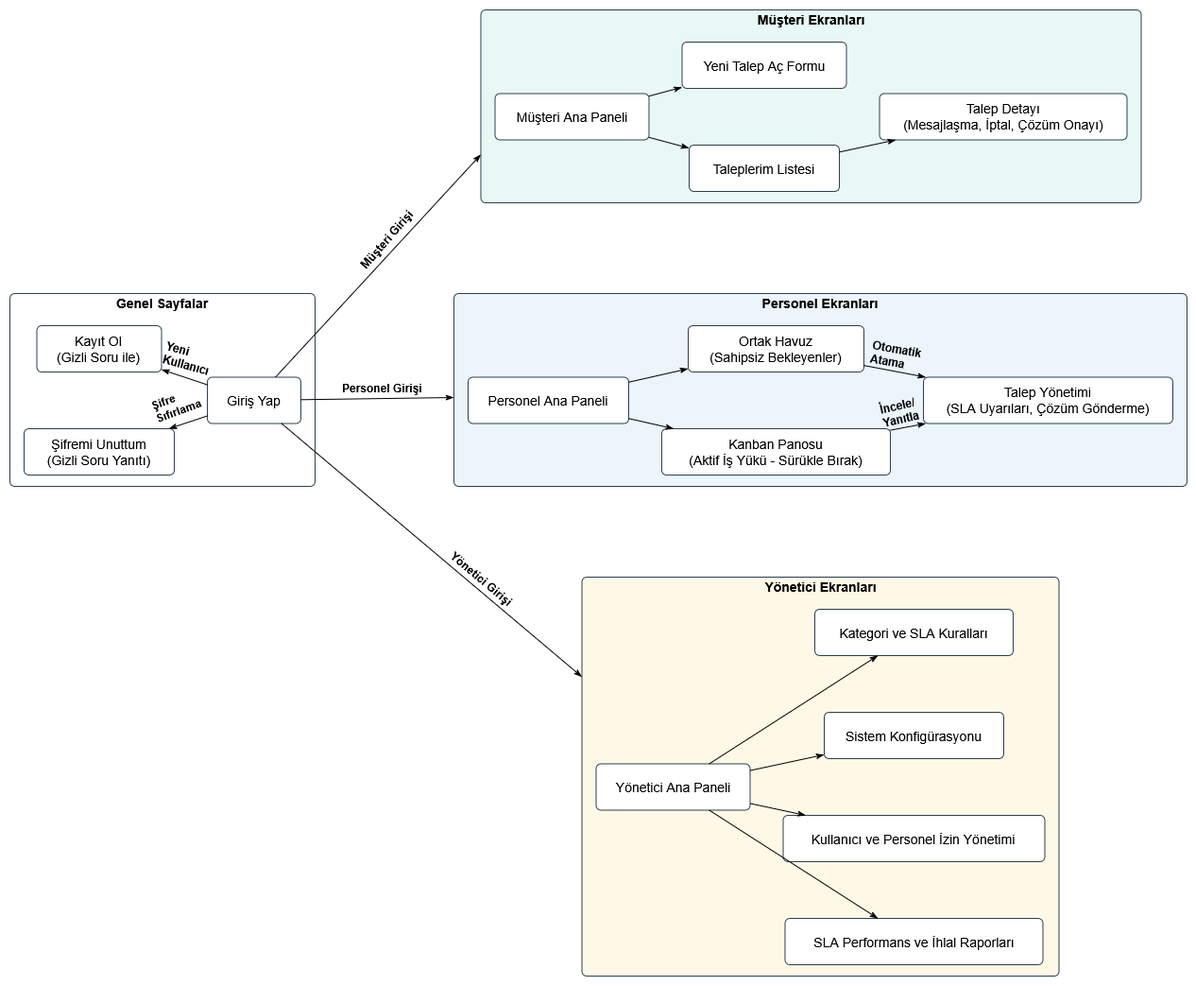
Before: docs/images/interfacepagemape.png, a diagram exported from draw.io (BerkayBaskara/destek-talebi-sistemi). Source tidied: cells renumbered, new cells last; positions are measured from the earlier drawing's top-left corner, leaving out a move shared by most shapes.
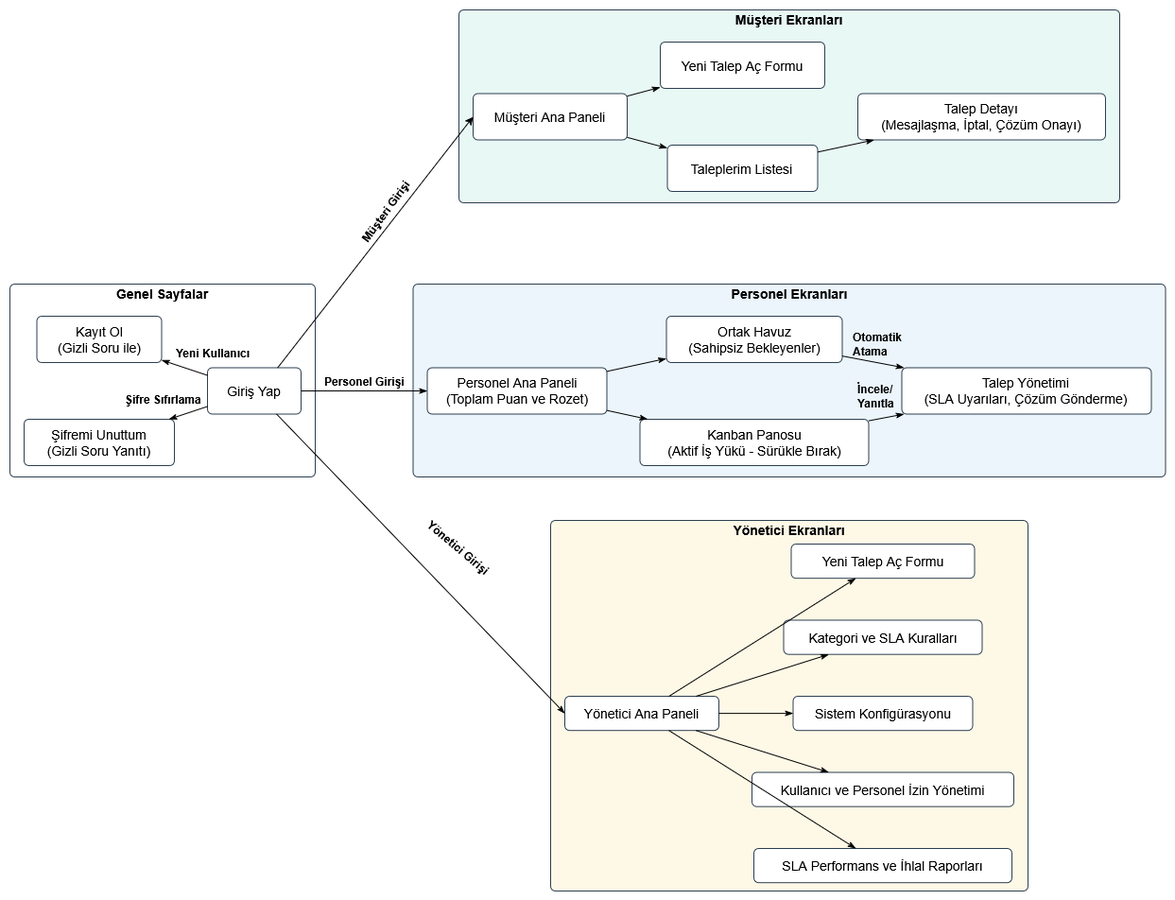
After the commit.

What changed in the source:
```diff
@@ -6,7 +6,7 @@
       <mxGeometry as="geometry" />
     </mxCell>
     <mxCell id="3" value="Genel Sayfalar" style="rounded=1;absoluteArcSize=1;arcSize=10;fillColor=#FFFFFF;strokeColor=#2C3E50;verticalAlign=top;align=center;spacingTop=-4;fontSize=14;fontStyle=1;whiteSpace=wrap;shadow=0;strokeWidth=1;fontColor=#000000;fontFamily=Arial;" parent="2" vertex="1">
-      <mxGeometry x="20" y="330" width="323" height="204" as="geometry" />
+      <mxGeometry x="10" y="330" width="323" height="204" as="geometry" />
     </mxCell>
     <mxCell id="4" value="Giriş Yap" style="rounded=1;absoluteArcSize=1;arcSize=10;strokeWidth=1;fillColor=#FFFFFF;strokeColor=#2C3E50;whiteSpace=wrap;fontSize=14;shadow=0;fontColor=#000000;fontFamily=Arial;" parent="3" vertex="1">
       <mxGeometry x="209" y="88.5" width="99" height="49" as="geometry" />
@@ -23,14 +23,14 @@
     <mxCell id="8" style="strokeColor=#000000;fontColor=#000000;fontSize=13;html=1;labelBackgroundColor=#FFFFFF;verticalAlign=bottom;endArrow=classicThin;endFill=1;strokeWidth=1;fontFamily=Verdana;curved=0;rounded=0;endSize=6;sourcePerimeterSpacing=0;targetPerimeterSpacing=0;" parent="3" edge="1" source="4" target="6">
       <mxGeometry relative="1" as="geometry" />
     </mxCell>
-    <mxCell id="9" value="&lt;div&gt;&lt;b&gt;Yeni&lt;/b&gt;&lt;/div&gt;&lt;div&gt;&lt;b&gt;Kullanıcı&lt;/b&gt;&lt;/div&gt;" style="text;whiteSpace=wrap;html=1;rotation=15;" parent="3" vertex="1">
-      <mxGeometry x="161.3" y="48.5" width="60" height="40" as="geometry" />
+    <mxCell id="9" value="&lt;b&gt;Yeni Kullanıcı&lt;/b&gt;" style="text;whiteSpace=wrap;html=1;" parent="3" vertex="1">
+      <mxGeometry x="174" y="60" width="84.5" height="28.5" as="geometry" />
     </mxCell>
-    <mxCell id="10" value="&lt;div&gt;&lt;b&gt;Şifre&lt;/b&gt;&lt;/div&gt;&lt;div&gt;&lt;b&gt;Sıfırlama&lt;/b&gt;&lt;/div&gt;" style="text;whiteSpace=wrap;html=1;rotation=-20;" parent="3" vertex="1">
-      <mxGeometry x="149" y="96" width="60" height="40" as="geometry" />
+    <mxCell id="10" value="&lt;b&gt;Şifre Sıfırlama&lt;/b&gt;" style="text;whiteSpace=wrap;html=1;" parent="3" vertex="1">
+      <mxGeometry x="120" y="109" width="99" height="28.5" as="geometry" />
     </mxCell>
     <mxCell id="11" value="Müşteri Ekranları" style="rounded=1;absoluteArcSize=1;arcSize=10;fillColor=#E8F8F5;strokeColor=#2C3E50;verticalAlign=top;align=center;spacingTop=-4;fontSize=14;fontStyle=1;whiteSpace=wrap;shadow=0;strokeWidth=1;fontColor=#000000;fontFamily=Arial;" parent="2" vertex="1">
-      <mxGeometry x="518.5" y="30" width="699" height="204" as="geometry" />
+      <mxGeometry x="485" y="40" width="699" height="204" as="geometry" />
     </mxCell>
     <mxCell id="12" value="Müşteri Ana Paneli" style="rounded=1;absoluteArcSize=1;arcSize=10;strokeWidth=1;fillColor=#FFFFFF;strokeColor=#2C3E50;whiteSpace=wrap;fontSize=14;shadow=0;fontColor=#000000;fontFamily=Arial;" parent="11" vertex="1">
       <mxGeometry x="15" y="88.5" width="163" height="49" as="geometry" />
@@ -50,60 +50,66 @@
     <mxCell id="17" style="strokeColor=#000000;fontColor=#000000;fontSize=13;html=1;endArrow=classicThin;endFill=1;strokeWidth=1;fontFamily=Verdana;curved=0;rounded=0;endSize=6;sourcePerimeterSpacing=0;targetPerimeterSpacing=0;" parent="11" edge="1" source="12" target="14">
       <mxGeometry relative="1" as="geometry" />
     </mxCell>
-    <mxCell id="18" style="strokeColor=#000000;fontColor=#000000;fontSize=13;html=1;labelBackgroundColor=#FFFFFF;verticalAlign=bottom;endArrow=classicThin;endFill=1;strokeWidth=1;fontFamily=Verdana;curved=0;rounded=0;endSize=6;sourcePerimeterSpacing=0;targetPerimeterSpacing=0;" parent="11" edge="1" source="14" target="15">
+    <mxCell id="18" style="strokeColor=#000000;fontColor=#000000;fontSize=13;html=1;endArrow=classicThin;endFill=1;strokeWidth=1;fontFamily=Verdana;curved=0;rounded=0;endSize=6;sourcePerimeterSpacing=0;targetPerimeterSpacing=0;" parent="11" edge="1" source="14" target="15">
       <mxGeometry relative="1" as="geometry" />
     </mxCell>
     <mxCell id="19" value="Personel Ekranları" style="rounded=1;absoluteArcSize=1;arcSize=10;fillColor=#EBF5FB;strokeColor=#2C3E50;verticalAlign=top;align=center;spacingTop=-4;fontSize=14;fontStyle=1;whiteSpace=wrap;shadow=0;strokeWidth=1;fontColor=#000000;fontFamily=Arial;" parent="2" vertex="1">
-      <mxGeometry x="490" y="330" width="776" height="204" as="geometry" />
+      <mxGeometry x="436.5" y="330" width="796" height="204" as="geometry" />
     </mxCell>
-    <mxCell id="20" value="Personel Ana Paneli" style="rounded=1;absoluteArcSize=1;arcSize=10;strokeWidth=1;fillColor=#FFFFFF;strokeColor=#2C3E50;whiteSpace=wrap;fontSize=14;shadow=0;fontColor=#000000;fontFamily=Arial;" parent="19" vertex="1">
-      <mxGeometry x="15" y="88.5" width="170" height="49" as="geometry" />
-    </mxCell>
+    <mxCell id="46" value="Personel Ana Paneli&#10;(Toplam Puan ve Rozet)" style="rounded=1;absoluteArcSize=1;arcSize=10;strokeWidth=1;fillColor=#FFFFFF;strokeColor=#2C3E50;whiteSpace=wrap;fontSize=14;shadow=0;fontColor=#000000;fontFamily=Arial;" parent="19" vertex="1">
+      <mxGeometry x="15" y="88.5" width="190" height="49" as="geometry" />
+    </mxCell>
     <mxCell id="21" value="Ortak Havuz&#10;(Sahipsiz Bekleyenler)" style="rounded=1;absoluteArcSize=1;arcSize=10;strokeWidth=1;fillColor=#FFFFFF;strokeColor=#2C3E50;whiteSpace=wrap;fontSize=14;shadow=0;fontColor=#000000;fontFamily=Arial;" parent="19" vertex="1">
-      <mxGeometry x="248" y="34" width="186" height="49" as="geometry" />
+      <mxGeometry x="268" y="34" width="186" height="49" as="geometry" />
     </mxCell>
     <mxCell id="22" value="Kanban Panosu&#10;(Aktif İş Yükü - Sürükle Bırak)" style="rounded=1;absoluteArcSize=1;arcSize=10;strokeWidth=1;fillColor=#FFFFFF;strokeColor=#2C3E50;whiteSpace=wrap;fontSize=14;shadow=0;fontColor=#000000;fontFamily=Arial;" parent="19" vertex="1">
-      <mxGeometry x="220" y="143" width="242" height="49" as="geometry" />
+      <mxGeometry x="240" y="143" width="242" height="49" as="geometry" />
     </mxCell>
     <mxCell id="23" value="Talep Yönetimi&#10;(SLA Uyarıları, Çözüm Gönderme)" style="rounded=1;absoluteArcSize=1;arcSize=10;strokeWidth=1;fillColor=#FFFFFF;strokeColor=#2C3E50;whiteSpace=wrap;fontSize=14;shadow=0;fontColor=#000000;fontFamily=Arial;" parent="19" vertex="1">
-      <mxGeometry x="497" y="88.5" width="264" height="49" as="geometry" />
+      <mxGeometry x="517" y="88.5" width="264" height="49" as="geometry" />
     </mxCell>
-    <mxCell id="24" style="strokeColor=#000000;fontColor=#000000;fontSize=13;html=1;endArrow=classicThin;endFill=1;strokeWidth=1;fontFamily=Verdana;curved=0;rounded=0;endSize=6;sourcePerimeterSpacing=0;targetPerimeterSpacing=0;" parent="19" edge="1" source="20" target="21">
-      <mxGeometry relative="1" as="geometry" />
-    </mxCell>
-    <mxCell id="25" style="strokeColor=#000000;fontColor=#000000;fontSize=13;html=1;endArrow=classicThin;endFill=1;strokeWidth=1;fontFamily=Verdana;curved=0;rounded=0;endSize=6;sourcePerimeterSpacing=0;targetPerimeterSpacing=0;" parent="19" edge="1" source="20" target="22">
-      <mxGeometry relative="1" as="geometry" />
-    </mxCell>
+    <mxCell id="47" style="strokeColor=#000000;fontColor=#000000;fontSize=13;html=1;endArrow=classicThin;endFill=1;strokeWidth=1;fontFamily=Verdana;curved=0;rounded=0;endSize=6;sourcePerimeterSpacing=0;targetPerimeterSpacing=0;" parent="19" edge="1" source="46" target="21">
+      <mxGeometry relative="1" as="geometry" />
+    </mxCell>
+    <mxCell id="48" style="strokeColor=#000000;fontColor=#000000;fontSize=13;html=1;endArrow=classicThin;endFill=1;strokeWidth=1;fontFamily=Verdana;curved=0;rounded=0;endSize=6;sourcePerimeterSpacing=0;targetPerimeterSpacing=0;" parent="19" edge="1" source="46" target="22">
+      <mxGeometry relative="1" as="geometry" />
+    </mxCell>
     <mxCell id="26" style="strokeColor=#000000;fontColor=#000000;fontSize=13;html=1;labelBackgroundColor=#FFFFFF;verticalAlign=bottom;endArrow=classicThin;endFill=1;strokeWidth=1;fontFamily=Verdana;curved=0;rounded=0;endSize=6;sourcePerimeterSpacing=0;targetPerimeterSpacing=0;" parent="19" edge="1" source="21" target="23">
       <mxGeometry relative="1" as="geometry" />
     </mxCell>
     <mxCell id="27" style="strokeColor=#000000;fontColor=#000000;fontSize=13;html=1;labelBackgroundColor=#FFFFFF;verticalAlign=bottom;endArrow=classicThin;endFill=1;strokeWidth=1;fontFamily=Verdana;curved=0;rounded=0;endSize=6;sourcePerimeterSpacing=0;targetPerimeterSpacing=0;" parent="19" edge="1" source="22" target="23">
       <mxGeometry relative="1" as="geometry" />
     </mxCell>
-    <mxCell id="28" value="&lt;div&gt;&lt;b&gt;Otomatik&lt;/b&gt;&lt;/div&gt;&lt;div&gt;&lt;b&gt;Atama&lt;/b&gt;&lt;/div&gt;" style="text;whiteSpace=wrap;html=1;rotation=10;" parent="19" vertex="1">
-      <mxGeometry x="440" y="46.5" width="70" height="40" as="geometry" />
+    <mxCell id="28" value="&lt;b&gt;Otomatik&lt;br&gt;Atama&lt;/b&gt;" style="text;whiteSpace=wrap;html=1;" parent="19" vertex="1">
+      <mxGeometry x="463.5" y="43" width="70" height="40" as="geometry" />
     </mxCell>
-    <mxCell id="29" value="&lt;div&gt;&lt;b&gt;İncele/&lt;/b&gt;&lt;/div&gt;&lt;div&gt;&lt;b&gt;Yanıtla&lt;/b&gt;&lt;/div&gt;" style="text;whiteSpace=wrap;html=1;rotation=347;" parent="19" vertex="1">
-      <mxGeometry x="450" y="103" width="60" height="40" as="geometry" />
+    <mxCell id="29" value="&lt;b&gt;İncele/&lt;br&gt;Yanıtla&lt;/b&gt;" style="text;whiteSpace=wrap;html=1;" parent="19" vertex="1">
+      <mxGeometry x="468.5" y="97.5" width="60" height="40" as="geometry" />
     </mxCell>
     <mxCell id="30" value="Yönetici Ekranları" style="rounded=1;absoluteArcSize=1;arcSize=10;fillColor=#FEF9E7;strokeColor=#2C3E50;verticalAlign=top;align=center;spacingTop=-4;fontSize=14;fontStyle=1;whiteSpace=wrap;shadow=0;strokeWidth=1;fontColor=#000000;fontFamily=Arial;" parent="2" vertex="1">
-      <mxGeometry x="625.5" y="630" width="505" height="422" as="geometry" />
+      <mxGeometry x="582" y="580" width="505" height="392" as="geometry" />
     </mxCell>
     <mxCell id="31" value="Yönetici Ana Paneli" style="rounded=1;absoluteArcSize=1;arcSize=10;strokeWidth=1;fillColor=#FFFFFF;strokeColor=#2C3E50;whiteSpace=wrap;fontSize=14;shadow=0;fontColor=#000000;fontFamily=Arial;" parent="30" vertex="1">
-      <mxGeometry x="15" y="197.5" width="163" height="49" as="geometry" />
+      <mxGeometry x="15" y="186" width="163" height="36.2" as="geometry" />
     </mxCell>
+    <mxCell id="49" value="Yeni Talep Aç Formu" style="rounded=1;absoluteArcSize=1;arcSize=10;strokeWidth=1;fillColor=#FFFFFF;strokeColor=#2C3E50;whiteSpace=wrap;fontSize=14;shadow=0;fontColor=#000000;fontFamily=Arial;" parent="30" vertex="1">
+      <mxGeometry x="254.5" y="25.1" width="194" height="36.2" as="geometry" />
+    </mxCell>
     <mxCell id="32" value="Kategori ve SLA Kuralları" style="rounded=1;absoluteArcSize=1;arcSize=10;strokeWidth=1;fillColor=#FFFFFF;strokeColor=#2C3E50;whiteSpace=wrap;fontSize=14;shadow=0;fontColor=#000000;fontFamily=Arial;" parent="30" vertex="1">
-      <mxGeometry x="246.5" y="34" width="210" height="49" as="geometry" />
+      <mxGeometry x="246.5" y="105.6" width="210" height="36.2" as="geometry" />
     </mxCell>
     <mxCell id="33" value="Sistem Konfigürasyonu" style="rounded=1;absoluteArcSize=1;arcSize=10;strokeWidth=1;fillColor=#FFFFFF;strokeColor=#2C3E50;whiteSpace=wrap;fontSize=14;shadow=0;fontColor=#000000;fontFamily=Arial;" parent="30" vertex="1">
-      <mxGeometry x="256.5" y="143" width="190" height="49" as="geometry" />
+      <mxGeometry x="256.5" y="186" width="190" height="36.2" as="geometry" />
     </mxCell>
     <mxCell id="34" value="Kullanıcı ve Personel İzin Yönetimi" style="rounded=1;absoluteArcSize=1;arcSize=10;strokeWidth=1;fillColor=#FFFFFF;strokeColor=#2C3E50;whiteSpace=wrap;fontSize=14;shadow=0;fontColor=#000000;fontFamily=Arial;" parent="30" vertex="1">
-      <mxGeometry x="213" y="252" width="277" height="49" as="geometry" />
+      <mxGeometry x="213" y="266.5" width="277" height="36.2" as="geometry" />
     </mxCell>
     <mxCell id="35" value="SLA Performans ve İhlal Raporları" style="rounded=1;absoluteArcSize=1;arcSize=10;strokeWidth=1;fillColor=#FFFFFF;strokeColor=#2C3E50;whiteSpace=wrap;fontSize=14;shadow=0;fontColor=#000000;fontFamily=Arial;" parent="30" vertex="1">
-      <mxGeometry x="215" y="361" width="273" height="49" as="geometry" />
+      <mxGeometry x="215" y="347" width="273" height="36.2" as="geometry" />
     </mxCell>
+    <mxCell id="50" style="strokeColor=#000000;fontColor=#000000;fontSize=13;html=1;endArrow=classicThin;endFill=1;strokeWidth=1;fontFamily=Verdana;curved=0;rounded=0;endSize=6;sourcePerimeterSpacing=0;targetPerimeterSpacing=0;" parent="30" edge="1" source="31" target="49">
+      <mxGeometry relative="1" as="geometry" />
+    </mxCell>
     <mxCell id="36" style="strokeColor=#000000;fontColor=#000000;fontSize=13;html=1;endArrow=classicThin;endFill=1;strokeWidth=1;fontFamily=Verdana;curved=0;rounded=0;endSize=6;sourcePerimeterSpacing=0;targetPerimeterSpacing=0;" parent="30" edge="1" source="31" target="32">
       <mxGeometry relative="1" as="geometry" />
     </mxCell>
@@ -116,25 +122,23 @@
     <mxCell id="39" style="strokeColor=#000000;fontColor=#000000;fontSize=13;html=1;endArrow=classicThin;endFill=1;strokeWidth=1;fontFamily=Verdana;curved=0;rounded=0;endSize=6;sourcePerimeterSpacing=0;targetPerimeterSpacing=0;" parent="30" edge="1" source="31" target="35">
       <mxGeometry relative="1" as="geometry" />
     </mxCell>
-    <mxCell id="40" style="strokeColor=#000000;fontColor=#000000;fontSize=13;html=1;labelBackgroundColor=#FFFFFF;labelPosition=right;align=left;endArrow=classicThin;endFill=1;strokeWidth=1;fontFamily=Verdana;curved=0;rounded=0;endSize=6;sourcePerimeterSpacing=0;targetPerimeterSpacing=0;entryX=0;entryY=0.75;entryDx=0;entryDy=0;" parent="2" edge="1" source="4" target="11">
-      <mxGeometry relative="1" as="geometry" />
-    </mxCell>
-    <mxCell id="41" style="strokeColor=#000000;fontColor=#000000;fontSize=13;html=1;labelBackgroundColor=#FFFFFF;verticalAlign=bottom;endArrow=classicThin;endFill=1;strokeWidth=1;fontFamily=Verdana;curved=0;rounded=0;endSize=6;sourcePerimeterSpacing=0;targetPerimeterSpacing=0;" parent="2" edge="1" source="4">
-      <mxGeometry relative="1" as="geometry">
-        <mxPoint x="490" y="440" as="targetPoint" />
-      </mxGeometry>
-    </mxCell>
-    <mxCell id="42" style="strokeColor=#000000;fontColor=#000000;fontSize=13;html=1;labelBackgroundColor=#FFFFFF;verticalAlign=bottom;endArrow=classicThin;endFill=1;strokeWidth=1;fontFamily=Verdana;curved=0;rounded=0;endSize=6;sourcePerimeterSpacing=0;targetPerimeterSpacing=0;entryX=0;entryY=0.25;entryDx=0;entryDy=0;" parent="2" edge="1" source="4" target="30">
-      <mxGeometry relative="1" as="geometry" />
-    </mxCell>
+    <mxCell id="51" style="strokeColor=#000000;fontColor=#000000;fontSize=13;html=1;labelBackgroundColor=#FFFFFF;verticalAlign=bottom;endArrow=classicThin;endFill=1;strokeWidth=1;fontFamily=Verdana;curved=0;rounded=0;endSize=6;sourcePerimeterSpacing=0;targetPerimeterSpacing=0;" parent="2" edge="1" source="4" target="46">
+      <mxGeometry relative="1" as="geometry" />
+    </mxCell>
+    <mxCell id="52" style="strokeColor=#000000;fontColor=#000000;fontSize=13;html=1;labelBackgroundColor=#FFFFFF;verticalAlign=bottom;endArrow=classicThin;endFill=1;strokeWidth=1;fontFamily=Verdana;curved=0;rounded=0;endSize=6;sourcePerimeterSpacing=0;targetPerimeterSpacing=0;entryX=0;entryY=0.5;entryDx=0;entryDy=0;" parent="2" edge="1" source="4" target="31">
+      <mxGeometry relative="1" as="geometry" />
+    </mxCell>
+    <mxCell id="53" style="rounded=0;jettySize=auto;html=1;exitX=0.75;exitY=0;exitDx=0;exitDy=0;entryX=0;entryY=0.5;entryDx=0;entryDy=0;" parent="2" edge="1" source="4" target="12">
+      <mxGeometry relative="1" as="geometry" />
+    </mxCell>
+    <mxCell id="45" value="&lt;b&gt;Yönetici Girişi&lt;/b&gt;" style="text;whiteSpace=wrap;html=1;rotation=40;" parent="2" vertex="1">
+      <mxGeometry x="440" y="600" width="99" height="28.5" as="geometry" />
+    </mxCell>
+    <mxCell id="44" value="&lt;b&gt;Personel Girişi&lt;/b&gt;" style="text;whiteSpace=wrap;html=1;" parent="2" vertex="1">
+      <mxGeometry x="341" y="420" width="99" height="28.5" as="geometry" />
+    </mxCell>
-    <mxCell id="43" value="&lt;b&gt;Müşteri Girişi&lt;/b&gt;" style="text;whiteSpace=wrap;html=1;rotation=311;" parent="2" vertex="1">
-      <mxGeometry x="380" y="250" width="100" height="40" as="geometry" />
+    <mxCell id="43" value="&lt;b&gt;Müşteri Girişi&lt;/b&gt;" style="text;whiteSpace=wrap;html=1;rotation=-54;" parent="2" vertex="1">
+      <mxGeometry x="365" y="221" width="120" height="40" as="geometry" />
     </mxCell>
-    <mxCell id="44" value="&lt;b&gt;Personel Girişi&lt;/b&gt;" style="text;whiteSpace=wrap;html=1;" parent="2" vertex="1">
-      <mxGeometry x="370" y="417" width="110" height="40" as="geometry" />
-    </mxCell>
-    <mxCell id="45" value="&lt;b&gt;Yönetici Girişi&lt;/b&gt;" style="text;whiteSpace=wrap;html=1;rotation=40;" parent="2" vertex="1">
-      <mxGeometry x="470" y="625" width="110" height="40" as="geometry" />
-    </mxCell>
   </root>
 </mxGraphModel>
```
